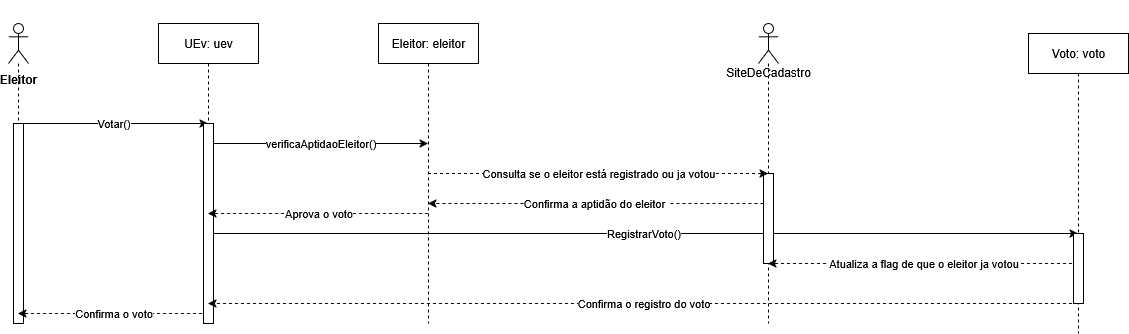
Before: imagens/UC_08 - votar.drawio.png, a diagram exported from draw.io (HenriqueFinatti/Modelagem-De-Software-Orientado-a-Objetos). Source tidied: cells renumbered, new cells last; positions are measured from the earlier drawing's top-left corner, leaving out a move shared by most shapes.
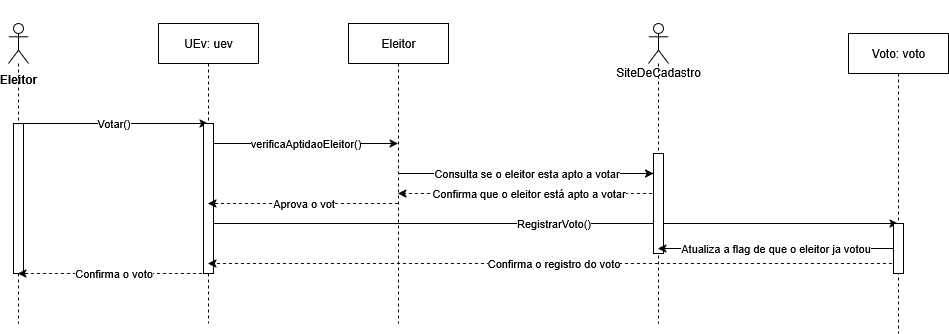
After the commit.

What changed in the source:
```diff
@@ -14,21 +14,21 @@
       <mxGeometry width="20" height="300" as="geometry" />
     </mxCell>
     <mxCell id="4" style="html=1;perimeter=orthogonalPerimeter;targetShapes=umlLifeline;newEdgeStyle={&quot;curved&quot;:0,&quot;rounded&quot;:0};" parent="3" vertex="1">
-      <mxGeometry x="5" y="100" width="10" height="200" as="geometry" />
+      <mxGeometry x="5" y="100" width="10" height="150" as="geometry" />
     </mxCell>
     <mxCell id="5" value="RegistrarVoto()" style="edgeStyle=orthogonalEdgeStyle;rounded=0;jettySize=auto;html=1;curved=0;" parent="1" edge="1" source="7" target="13">
       <mxGeometry relative="1" as="geometry">
         <Array as="points">
-          <mxPoint x="350" y="210" />
-          <mxPoint x="350" y="210" />
+          <mxPoint x="460" y="200" />
+          <mxPoint x="460" y="200" />
         </Array>
       </mxGeometry>
     </mxCell>
     <mxCell id="6" value="Confirma o voto" style="edgeStyle=orthogonalEdgeStyle;rounded=0;jettySize=auto;html=1;curved=0;dashed=1;" parent="1" edge="1" source="7" target="3">
       <mxGeometry relative="1" as="geometry">
         <Array as="points">
-          <mxPoint x="110" y="290" />
-          <mxPoint x="110" y="290" />
+          <mxPoint x="90" y="250" />
+          <mxPoint x="90" y="250" />
         </Array>
       </mxGeometry>
     </mxCell>
@@ -36,70 +36,70 @@
       <mxGeometry x="150" width="100" height="300" as="geometry" />
     </mxCell>
     <mxCell id="8" style="html=1;points=[[0,0,0,0,5],[0,1,0,0,-5],[1,0,0,0,5],[1,1,0,0,-5]];perimeter=orthogonalPerimeter;outlineConnect=0;targetShapes=umlLifeline;portConstraint=eastwest;newEdgeStyle={&quot;curved&quot;:0,&quot;rounded&quot;:0};" parent="7" vertex="1">
-      <mxGeometry x="45" y="100" width="10" height="200" as="geometry" />
+      <mxGeometry x="45" y="100" width="10" height="150" as="geometry" />
     </mxCell>
+    <mxCell id="20" value="Confirma que o eleitor está apto a votar" style="edgeStyle=orthogonalEdgeStyle;rounded=0;jettySize=auto;html=1;curved=0;dashed=1;" parent="1" edge="1" source="9" target="23">
+      <mxGeometry relative="1" as="geometry">
+        <Array as="points">
+          <mxPoint x="520" y="170" />
+          <mxPoint x="520" y="170" />
+        </Array>
+      </mxGeometry>
+    </mxCell>
     <mxCell id="9" value="&lt;div&gt;&lt;br&gt;&lt;/div&gt;&lt;div&gt;&lt;br&gt;&lt;/div&gt;&lt;div&gt;&lt;br&gt;&lt;/div&gt;&lt;div&gt;&lt;br&gt;&lt;/div&gt;SiteDeCadastro" style="shape=umlLifeline;perimeter=lifelinePerimeter;whiteSpace=wrap;html=1;outlineConnect=0;portConstraint=eastwest;newEdgeStyle={&quot;curved&quot;:0,&quot;rounded&quot;:0};participant=umlActor;" parent="1" vertex="1">
-      <mxGeometry x="750" width="20" height="300" as="geometry" />
+      <mxGeometry x="640" width="20" height="300" as="geometry" />
     </mxCell>
     <mxCell id="10" style="html=1;points=[[0,0,0,0,5],[0,1,0,0,-5],[1,0,0,0,5],[1,1,0,0,-5]];perimeter=orthogonalPerimeter;outlineConnect=0;targetShapes=umlLifeline;portConstraint=eastwest;newEdgeStyle={&quot;curved&quot;:0,&quot;rounded&quot;:0};" parent="9" vertex="1">
-      <mxGeometry x="5" y="150" width="10" height="90" as="geometry" />
+      <mxGeometry x="5" y="130" width="10" height="100" as="geometry" />
     </mxCell>
     <mxCell id="11" value="Confirma o registro do voto" style="edgeStyle=orthogonalEdgeStyle;rounded=0;jettySize=auto;html=1;curved=0;dashed=1;" parent="1" edge="1" source="13" target="7">
       <mxGeometry relative="1" as="geometry">
         <Array as="points">
-          <mxPoint x="410" y="280" />
-          <mxPoint x="410" y="280" />
+          <mxPoint x="460" y="240" />
+          <mxPoint x="460" y="240" />
         </Array>
       </mxGeometry>
     </mxCell>
-    <mxCell id="12" value="Atualiza a flag de que o eleitor ja votou" style="edgeStyle=orthogonalEdgeStyle;rounded=0;jettySize=auto;html=1;curved=0;dashed=1;" parent="1" edge="1" source="13" target="9">
-      <mxGeometry relative="1" as="geometry">
-        <Array as="points">
-          <mxPoint x="960" y="240" />
-          <mxPoint x="960" y="240" />
-        </Array>
-      </mxGeometry>
-    </mxCell>
     <mxCell id="13" value="Voto: voto" style="shape=umlLifeline;perimeter=lifelinePerimeter;whiteSpace=wrap;html=1;outlineConnect=0;portConstraint=eastwest;newEdgeStyle={&quot;curved&quot;:0,&quot;rounded&quot;:0};" parent="1" vertex="1">
-      <mxGeometry x="1020" y="10" width="100" height="300" as="geometry" />
+      <mxGeometry x="840" y="10" width="100" height="300" as="geometry" />
     </mxCell>
     <mxCell id="14" style="html=1;points=[[0,0,0,0,5],[0,1,0,0,-5],[1,0,0,0,5],[1,1,0,0,-5]];perimeter=orthogonalPerimeter;outlineConnect=0;targetShapes=umlLifeline;portConstraint=eastwest;newEdgeStyle={&quot;curved&quot;:0,&quot;rounded&quot;:0};" parent="13" vertex="1">
-      <mxGeometry x="45" y="200" width="10" height="70" as="geometry" />
+      <mxGeometry x="45" y="190" width="10" height="50" as="geometry" />
     </mxCell>
-    <mxCell id="15" value="Consulta se o eleitor está registrado ou ja votou" style="edgeStyle=orthogonalEdgeStyle;rounded=0;jettySize=auto;html=1;curved=0;dashed=1;" parent="1" edge="1" source="17" target="9">
-      <mxGeometry relative="1" as="geometry">
-        <Array as="points">
-          <mxPoint x="470" y="140" />
-          <mxPoint x="470" y="140" />
-        </Array>
-      </mxGeometry>
-    </mxCell>
-    <mxCell id="16" value="Aprova o voto" style="edgeStyle=orthogonalEdgeStyle;rounded=0;jettySize=auto;html=1;curved=0;dashed=1;" parent="1" edge="1" source="17" target="7">
-      <mxGeometry relative="1" as="geometry">
-        <Array as="points">
-          <mxPoint x="320" y="190" />
-          <mxPoint x="320" y="190" />
-        </Array>
-      </mxGeometry>
-    </mxCell>
-    <mxCell id="17" value="Eleitor: eleitor" style="shape=umlLifeline;perimeter=lifelinePerimeter;whiteSpace=wrap;html=1;outlineConnect=0;portConstraint=eastwest;newEdgeStyle={&quot;curved&quot;:0,&quot;rounded&quot;:0};" parent="1" vertex="1">
-      <mxGeometry x="370" width="100" height="300" as="geometry" />
-    </mxCell>
+    <mxCell id="21" value="Consulta se o eleitor esta apto a votar" style="edgeStyle=orthogonalEdgeStyle;rounded=0;jettySize=auto;html=1;curved=0;" parent="1" edge="1" source="23" target="10">
+      <mxGeometry relative="1" as="geometry">
+        <Array as="points">
+          <mxPoint x="590" y="150" />
+          <mxPoint x="590" y="150" />
+        </Array>
+      </mxGeometry>
+    </mxCell>
+    <mxCell id="22" value="Aprova o vot" style="edgeStyle=orthogonalEdgeStyle;rounded=0;jettySize=auto;html=1;curved=0;dashed=1;" parent="1" edge="1" source="23" target="7">
+      <mxGeometry relative="1" as="geometry">
+        <Array as="points">
+          <mxPoint x="300" y="180" />
+          <mxPoint x="300" y="180" />
+        </Array>
+      </mxGeometry>
+    </mxCell>
+    <mxCell id="23" value="Eleitor" style="shape=umlLifeline;perimeter=lifelinePerimeter;whiteSpace=wrap;html=1;outlineConnect=0;portConstraint=eastwest;newEdgeStyle={&quot;curved&quot;:0,&quot;rounded&quot;:0};" parent="1" vertex="1">
+      <mxGeometry x="340" width="100" height="300" as="geometry" />
+    </mxCell>
-    <mxCell id="18" value="verificaAptidaoEleitor()" style="edgeStyle=orthogonalEdgeStyle;rounded=0;jettySize=auto;html=1;curved=0;" parent="1" edge="1" source="8" target="17">
+    <mxCell id="18" value="verificaAptidaoEleitor()" style="edgeStyle=orthogonalEdgeStyle;rounded=0;jettySize=auto;html=1;curved=0;" parent="1" edge="1" source="8" target="23">
       <mxGeometry relative="1" as="geometry">
         <Array as="points">
-          <mxPoint x="310" y="120" />
-          <mxPoint x="310" y="120" />
+          <mxPoint x="330" y="120" />
+          <mxPoint x="330" y="120" />
         </Array>
       </mxGeometry>
     </mxCell>
-    <mxCell id="19" value="&lt;div&gt;Confirma a aptidão do eleitor&amp;nbsp;&lt;/div&gt;" style="edgeStyle=orthogonalEdgeStyle;rounded=0;jettySize=auto;html=1;curved=0;dashed=1;" parent="1" edge="1" source="10" target="17">
-      <mxGeometry relative="1" as="geometry">
-        <Array as="points">
-          <mxPoint x="590" y="180" />
-          <mxPoint x="590" y="180" />
-        </Array>
-      </mxGeometry>
-    </mxCell>
+    <mxCell id="12" value="Atualiza a flag de que o eleitor ja votou" style="edgeStyle=orthogonalEdgeStyle;rounded=0;jettySize=auto;html=1;curved=0;" parent="1" edge="1" source="14" target="9">
+      <mxGeometry relative="1" as="geometry">
+        <Array as="points">
+          <mxPoint x="710" y="225" />
+          <mxPoint x="710" y="225" />
+        </Array>
+      </mxGeometry>
+    </mxCell>
   </root>
 </mxGraphModel>
```
